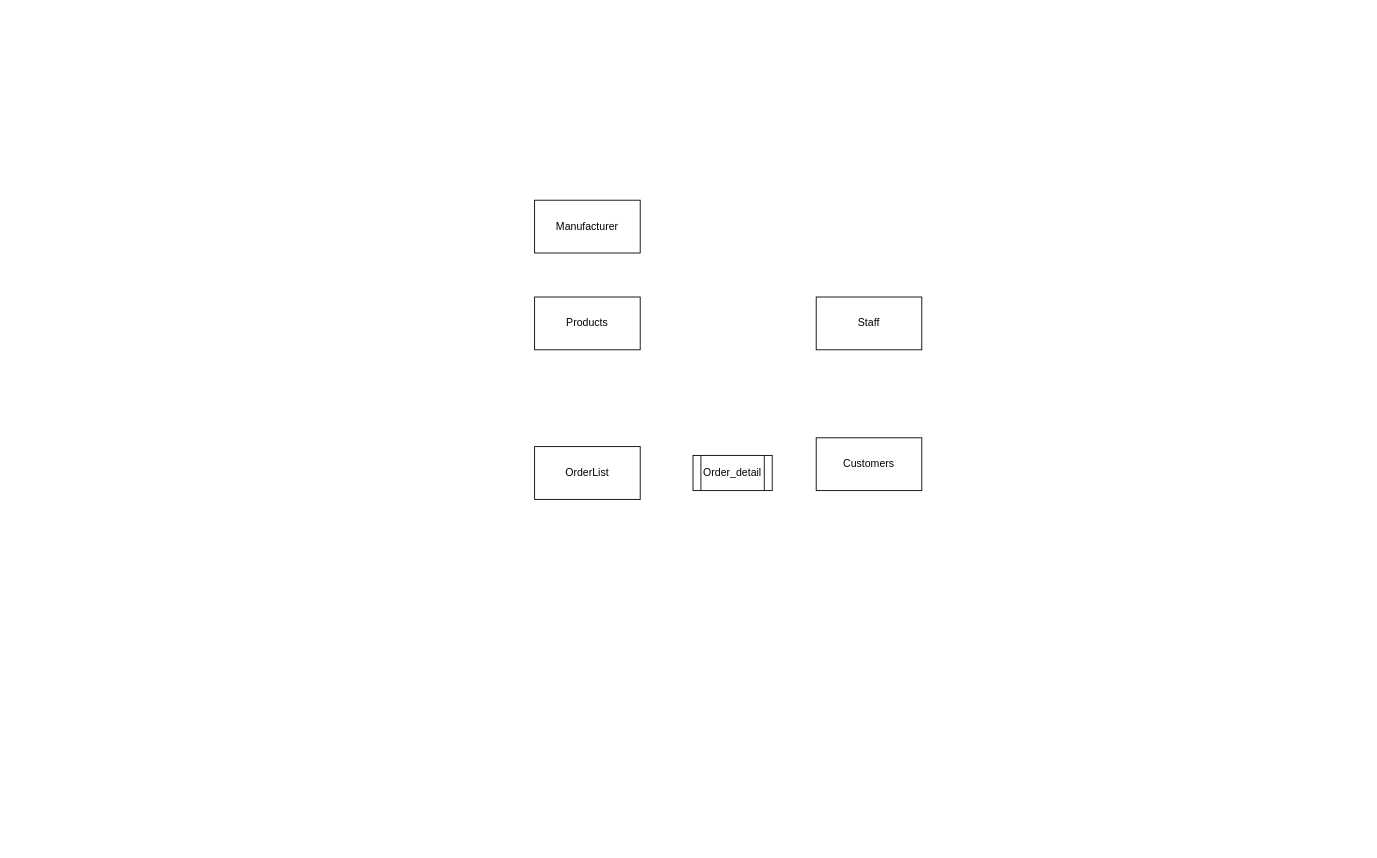
Earlier version of the draw.io diagram ERD Phone.drawio (khanh8603/khanh8603). Source tidied: cells renumbered, new cells numbered last; positions are measured from the earlier drawing's top-left corner, leaving out a move shared by most shapes. Both pictures are drawn from the tidied source at 88%, with x=0, y=0 at pixel (534, 200).
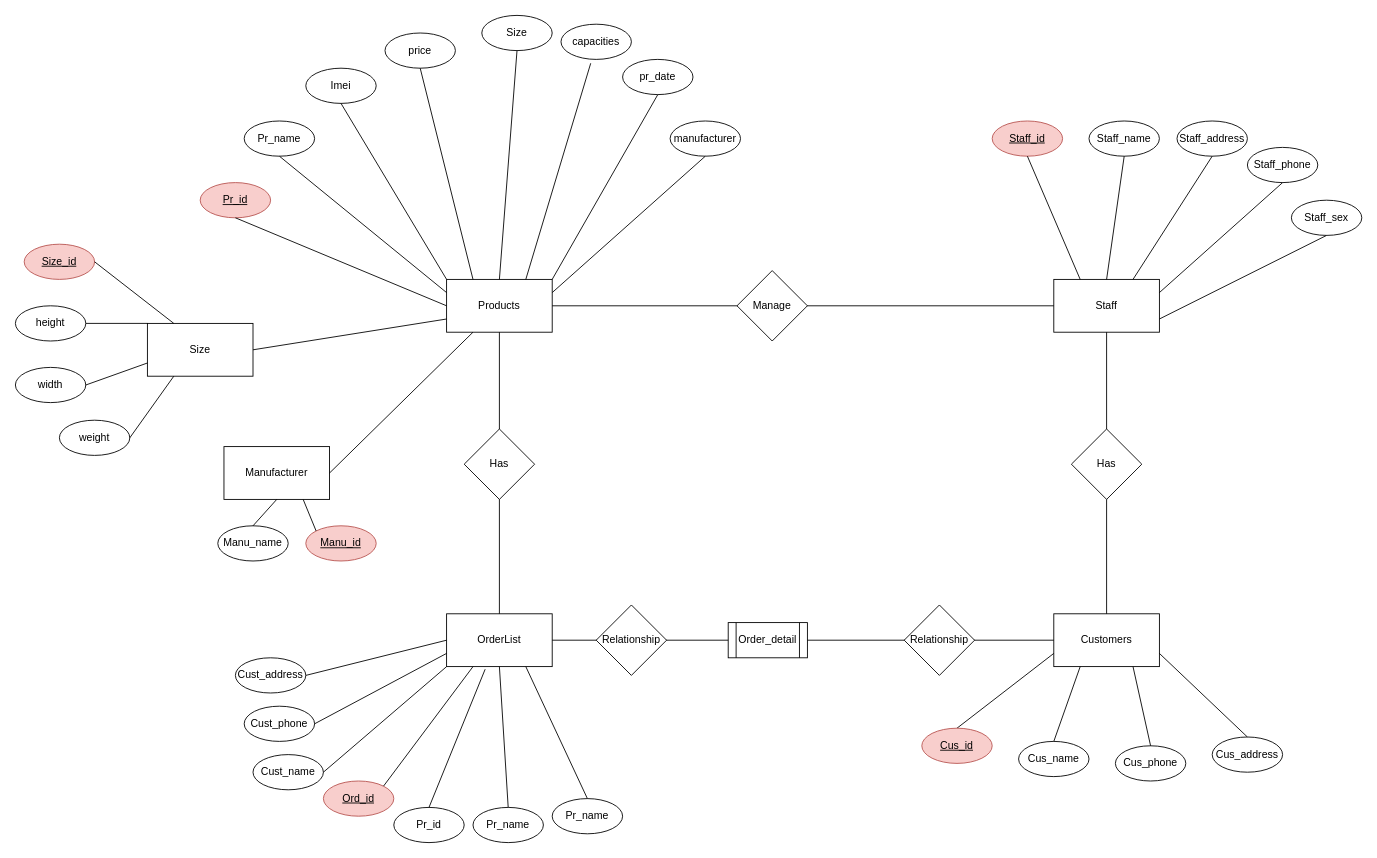
The same page after the edit.

Commit message:
Cập nhật ERD Phone.drawio

Change to the diagram source:
```diff
@@
     <mxCell id="2" value="Products" style="rounded=0;whiteSpace=wrap;html=1;" parent="1" vertex="1">
-      <mxGeometry y="110" width="120" height="60" as="geometry" />
+      <mxGeometry x="-100" y="90" width="120" height="60" as="geometry" />
     </mxCell>
     <mxCell id="3" value="Staff&lt;br&gt;" style="rounded=0;whiteSpace=wrap;html=1;" parent="1" vertex="1">
-      <mxGeometry x="320" y="110" width="120" height="60" as="geometry" />
+      <mxGeometry x="590" y="90" width="120" height="60" as="geometry" />
     </mxCell>
     <mxCell id="4" value="OrderList" style="rounded=0;whiteSpace=wrap;html=1;" parent="1" vertex="1">
-      <mxGeometry y="280" width="120" height="60" as="geometry" />
+      <mxGeometry x="-100" y="470" width="120" height="60" as="geometry" />
     </mxCell>
     <mxCell id="5" value="Manufacturer" style="rounded=0;whiteSpace=wrap;html=1;" parent="1" vertex="1">
-      <mxGeometry width="120" height="60" as="geometry" />
+      <mxGeometry x="-353" y="280" width="120" height="60" as="geometry" />
     </mxCell>
     <mxCell id="6" value="Customers" style="rounded=0;whiteSpace=wrap;html=1;" parent="1" vertex="1">
-      <mxGeometry x="320" y="270" width="120" height="60" as="geometry" />
+      <mxGeometry x="590" y="470" width="120" height="60" as="geometry" />
     </mxCell>
     <mxCell id="7" value="Order_detail" style="shape=process;whiteSpace=wrap;html=1;backgroundOutline=1;" parent="1" vertex="1">
-      <mxGeometry x="180" y="290" width="90" height="40" as="geometry" />
+      <mxGeometry x="220" y="480" width="90" height="40" as="geometry" />
     </mxCell>
+    <mxCell id="8" value="&lt;u&gt;Ord_id&lt;/u&gt;" style="ellipse;whiteSpace=wrap;html=1;fillColor=#f8cecc;strokeColor=#b85450;strokeWidth=1;" parent="1" vertex="1">
+      <mxGeometry x="-240" y="660" width="80" height="40" as="geometry" />
+    </mxCell>
+    <mxCell id="9" style="endArrow=none;html=1;rounded=0;entryX=0.25;entryY=1;entryDx=0;entryDy=0;exitX=1;exitY=0;exitDx=0;exitDy=0;" parent="1" edge="1" source="8" target="4">
+      <mxGeometry relative="1" as="geometry" />
+    </mxCell>
+    <mxCell id="10" value="Pr_id" style="ellipse;whiteSpace=wrap;html=1;" parent="1" vertex="1">
+      <mxGeometry x="-160" y="690" width="80" height="40" as="geometry" />
+    </mxCell>
+    <mxCell id="11" style="endArrow=none;html=1;rounded=0;entryX=0.365;entryY=1.05;entryDx=0;entryDy=0;exitX=0.5;exitY=0;exitDx=0;exitDy=0;entryPerimeter=0;" parent="1" edge="1" source="10" target="4">
+      <mxGeometry relative="1" as="geometry" />
+    </mxCell>
+    <mxCell id="12" style="endArrow=none;html=1;rounded=0;exitX=1;exitY=0.5;exitDx=0;exitDy=0;entryX=0;entryY=0.5;entryDx=0;entryDy=0;" parent="1" edge="1" source="4" target="7">
+      <mxGeometry relative="1" as="geometry" />
+    </mxCell>
+    <mxCell id="13" style="endArrow=none;html=1;rounded=0;entryX=0;entryY=0.5;entryDx=0;entryDy=0;exitX=1;exitY=0.5;exitDx=0;exitDy=0;" parent="1" edge="1" source="7" target="6">
+      <mxGeometry relative="1" as="geometry" />
+    </mxCell>
+    <mxCell id="14" style="endArrow=none;html=1;rounded=0;exitX=0.5;exitY=0;exitDx=0;exitDy=0;entryX=0.5;entryY=1;entryDx=0;entryDy=0;" parent="1" edge="1" source="6" target="3">
+      <mxGeometry relative="1" as="geometry" />
+    </mxCell>
+    <mxCell id="15" style="endArrow=none;html=1;rounded=0;exitX=0;exitY=0.5;exitDx=0;exitDy=0;entryX=1;entryY=0.5;entryDx=0;entryDy=0;" parent="1" edge="1" source="3" target="2">
+      <mxGeometry relative="1" as="geometry" />
+    </mxCell>
+    <mxCell id="16" style="endArrow=none;html=1;rounded=0;exitX=0.25;exitY=1;exitDx=0;exitDy=0;entryX=1;entryY=0.5;entryDx=0;entryDy=0;" parent="1" edge="1" source="2" target="5">
+      <mxGeometry relative="1" as="geometry" />
+    </mxCell>
+    <mxCell id="17" value="Manage" style="rhombus;whiteSpace=wrap;html=1;" parent="1" vertex="1">
+      <mxGeometry x="230" y="80" width="80" height="80" as="geometry" />
+    </mxCell>
+    <mxCell id="18" style="endArrow=none;html=1;rounded=0;entryX=0.5;entryY=1;entryDx=0;entryDy=0;exitX=0.5;exitY=0;exitDx=0;exitDy=0;" parent="1" edge="1" source="4" target="2">
+      <mxGeometry relative="1" as="geometry" />
+    </mxCell>
+    <mxCell id="19" value="Has" style="rhombus;whiteSpace=wrap;html=1;" parent="1" vertex="1">
+      <mxGeometry x="-80" y="260" width="80" height="80" as="geometry" />
+    </mxCell>
+    <mxCell id="20" value="Has" style="rhombus;whiteSpace=wrap;html=1;" parent="1" vertex="1">
+      <mxGeometry x="610" y="260" width="80" height="80" as="geometry" />
+    </mxCell>
+    <mxCell id="21" value="Relationship" style="rhombus;whiteSpace=wrap;html=1;" parent="1" vertex="1">
+      <mxGeometry x="70" y="460" width="80" height="80" as="geometry" />
+    </mxCell>
+    <mxCell id="22" value="Relationship" style="rhombus;whiteSpace=wrap;html=1;" parent="1" vertex="1">
+      <mxGeometry x="420" y="460" width="80" height="80" as="geometry" />
+    </mxCell>
+    <mxCell id="23" value="&lt;u&gt;Manu_id&lt;/u&gt;" style="ellipse;whiteSpace=wrap;html=1;fillColor=#f8cecc;strokeColor=#b85450;" parent="1" vertex="1">
+      <mxGeometry x="-260" y="370" width="80" height="40" as="geometry" />
+    </mxCell>
+    <mxCell id="24" value="Manu_name" style="ellipse;whiteSpace=wrap;html=1;" parent="1" vertex="1">
+      <mxGeometry x="-360" y="370" width="80" height="40" as="geometry" />
+    </mxCell>
+    <mxCell id="25" style="endArrow=none;html=1;rounded=0;entryX=0.75;entryY=1;entryDx=0;entryDy=0;exitX=0;exitY=0;exitDx=0;exitDy=0;" parent="1" edge="1" source="23" target="5">
+      <mxGeometry relative="1" as="geometry" />
+    </mxCell>
+    <mxCell id="26" style="endArrow=none;html=1;rounded=0;entryX=0.5;entryY=1;entryDx=0;entryDy=0;exitX=0.5;exitY=0;exitDx=0;exitDy=0;" parent="1" edge="1" source="24" target="5">
+      <mxGeometry relative="1" as="geometry" />
+    </mxCell>
+    <mxCell id="27" value="Pr_name" style="ellipse;whiteSpace=wrap;html=1;" parent="1" vertex="1">
+      <mxGeometry x="-70" y="690" width="80" height="40" as="geometry" />
+    </mxCell>
+    <mxCell id="28" style="endArrow=none;html=1;rounded=0;entryX=0.5;entryY=1;entryDx=0;entryDy=0;exitX=0.5;exitY=0;exitDx=0;exitDy=0;" parent="1" edge="1" source="27" target="4">
+      <mxGeometry relative="1" as="geometry" />
+    </mxCell>
+    <mxCell id="29" value="Cust_name" style="ellipse;whiteSpace=wrap;html=1;" parent="1" vertex="1">
+      <mxGeometry x="-320" y="630" width="80" height="40" as="geometry" />
+    </mxCell>
+    <mxCell id="30" value="Cust_phone" style="ellipse;whiteSpace=wrap;html=1;" parent="1" vertex="1">
+      <mxGeometry x="-330" y="575" width="80" height="40" as="geometry" />
+    </mxCell>
+    <mxCell id="31" value="Cust_address" style="ellipse;whiteSpace=wrap;html=1;" parent="1" vertex="1">
+      <mxGeometry x="-340" y="520" width="80" height="40" as="geometry" />
+    </mxCell>
+    <mxCell id="32" value="Pr_name" style="ellipse;whiteSpace=wrap;html=1;" parent="1" vertex="1">
+      <mxGeometry x="20" y="680" width="80" height="40" as="geometry" />
+    </mxCell>
+    <mxCell id="33" style="endArrow=none;html=1;rounded=0;entryX=0;entryY=1;entryDx=0;entryDy=0;exitX=1;exitY=0.5;exitDx=0;exitDy=0;" parent="1" edge="1" source="29" target="4">
+      <mxGeometry relative="1" as="geometry" />
+    </mxCell>
+    <mxCell id="34" style="endArrow=none;html=1;rounded=0;entryX=0;entryY=0.75;entryDx=0;entryDy=0;exitX=1;exitY=0.5;exitDx=0;exitDy=0;" parent="1" edge="1" source="30" target="4">
+      <mxGeometry relative="1" as="geometry" />
+    </mxCell>
+    <mxCell id="35" style="endArrow=none;html=1;rounded=0;entryX=0;entryY=0.5;entryDx=0;entryDy=0;exitX=1;exitY=0.5;exitDx=0;exitDy=0;" parent="1" edge="1" source="31" target="4">
+      <mxGeometry relative="1" as="geometry" />
+    </mxCell>
+    <mxCell id="36" style="endArrow=none;html=1;rounded=0;entryX=0.75;entryY=1;entryDx=0;entryDy=0;exitX=0.5;exitY=0;exitDx=0;exitDy=0;" parent="1" edge="1" source="32" target="4">
+      <mxGeometry relative="1" as="geometry" />
+    </mxCell>
+    <mxCell id="37" style="endArrow=none;html=1;rounded=0;entryX=0;entryY=0.75;entryDx=0;entryDy=0;exitX=0.5;exitY=0;exitDx=0;exitDy=0;" parent="1" edge="1" source="38" target="6">
+      <mxGeometry relative="1" as="geometry" />
+    </mxCell>
+    <mxCell id="38" value="&lt;u&gt;Cus_id&lt;/u&gt;" style="ellipse;whiteSpace=wrap;html=1;fillColor=#f8cecc;strokeColor=#b85450;" parent="1" vertex="1">
+      <mxGeometry x="440" y="600" width="80" height="40" as="geometry" />
+    </mxCell>
+    <mxCell id="39" value="Cus_name" style="ellipse;whiteSpace=wrap;html=1;" parent="1" vertex="1">
+      <mxGeometry x="550" y="615" width="80" height="40" as="geometry" />
+    </mxCell>
+    <mxCell id="40" value="Cus_phone" style="ellipse;whiteSpace=wrap;html=1;" parent="1" vertex="1">
+      <mxGeometry x="660" y="620" width="80" height="40" as="geometry" />
+    </mxCell>
+    <mxCell id="41" value="Cus_address" style="ellipse;whiteSpace=wrap;html=1;" parent="1" vertex="1">
+      <mxGeometry x="770" y="610" width="80" height="40" as="geometry" />
+    </mxCell>
+    <mxCell id="42" style="endArrow=none;html=1;rounded=0;entryX=0.25;entryY=1;entryDx=0;entryDy=0;exitX=0.5;exitY=0;exitDx=0;exitDy=0;" parent="1" edge="1" source="39" target="6">
+      <mxGeometry relative="1" as="geometry" />
+    </mxCell>
+    <mxCell id="43" style="endArrow=none;html=1;rounded=0;entryX=0.75;entryY=1;entryDx=0;entryDy=0;exitX=0.5;exitY=0;exitDx=0;exitDy=0;" parent="1" edge="1" source="40" target="6">
+      <mxGeometry relative="1" as="geometry" />
+    </mxCell>
+    <mxCell id="44" style="endArrow=none;html=1;rounded=0;entryX=1;entryY=0.75;entryDx=0;entryDy=0;exitX=0.5;exitY=0;exitDx=0;exitDy=0;" parent="1" edge="1" source="41" target="6">
+      <mxGeometry relative="1" as="geometry" />
+    </mxCell>
+    <mxCell id="45" value="&lt;u&gt;Staff_id&lt;/u&gt;" style="ellipse;whiteSpace=wrap;html=1;fillColor=#f8cecc;strokeColor=#b85450;" parent="1" vertex="1">
+      <mxGeometry x="520" y="-90" width="80" height="40" as="geometry" />
+    </mxCell>
+    <mxCell id="46" value="Staff_name" style="ellipse;whiteSpace=wrap;html=1;" parent="1" vertex="1">
+      <mxGeometry x="630" y="-90" width="80" height="40" as="geometry" />
+    </mxCell>
+    <mxCell id="47" value="Staff_address" style="ellipse;whiteSpace=wrap;html=1;" parent="1" vertex="1">
+      <mxGeometry x="730" y="-90" width="80" height="40" as="geometry" />
+    </mxCell>
+    <mxCell id="48" value="Staff_phone" style="ellipse;whiteSpace=wrap;html=1;" parent="1" vertex="1">
+      <mxGeometry x="810" y="-60" width="80" height="40" as="geometry" />
+    </mxCell>
+    <mxCell id="49" value="Staff_sex" style="ellipse;whiteSpace=wrap;html=1;" parent="1" vertex="1">
+      <mxGeometry x="860" width="80" height="40" as="geometry" />
+    </mxCell>
+    <mxCell id="50" style="endArrow=none;html=1;rounded=0;entryX=0.25;entryY=0;entryDx=0;entryDy=0;exitX=0.5;exitY=1;exitDx=0;exitDy=0;" parent="1" edge="1" source="45" target="3">
+      <mxGeometry relative="1" as="geometry" />
+    </mxCell>
+    <mxCell id="51" style="endArrow=none;html=1;rounded=0;entryX=0.5;entryY=0;entryDx=0;entryDy=0;exitX=0.5;exitY=1;exitDx=0;exitDy=0;" parent="1" edge="1" source="46" target="3">
+      <mxGeometry relative="1" as="geometry" />
+    </mxCell>
+    <mxCell id="52" style="endArrow=none;html=1;rounded=0;entryX=0.75;entryY=0;entryDx=0;entryDy=0;exitX=0.5;exitY=1;exitDx=0;exitDy=0;" parent="1" edge="1" source="47" target="3">
+      <mxGeometry relative="1" as="geometry" />
+    </mxCell>
+    <mxCell id="53" style="endArrow=none;html=1;rounded=0;entryX=1;entryY=0.25;entryDx=0;entryDy=0;exitX=0.5;exitY=1;exitDx=0;exitDy=0;" parent="1" edge="1" source="48" target="3">
+      <mxGeometry relative="1" as="geometry" />
+    </mxCell>
+    <mxCell id="54" style="endArrow=none;html=1;rounded=0;entryX=1;entryY=0.75;entryDx=0;entryDy=0;exitX=0.5;exitY=1;exitDx=0;exitDy=0;" parent="1" edge="1" source="49" target="3">
+      <mxGeometry relative="1" as="geometry" />
+    </mxCell>
+    <mxCell id="55" value="Pr_name" style="ellipse;whiteSpace=wrap;html=1;" parent="1" vertex="1">
+      <mxGeometry x="-330" y="-90" width="80" height="40" as="geometry" />
+    </mxCell>
+    <mxCell id="56" value="Imei" style="ellipse;whiteSpace=wrap;html=1;" parent="1" vertex="1">
+      <mxGeometry x="-260" y="-150" width="80" height="40" as="geometry" />
+    </mxCell>
+    <mxCell id="57" value="price" style="ellipse;whiteSpace=wrap;html=1;" parent="1" vertex="1">
+      <mxGeometry x="-170" y="-190" width="80" height="40" as="geometry" />
+    </mxCell>
+    <mxCell id="58" value="&lt;u&gt;Pr_id&lt;/u&gt;" style="ellipse;whiteSpace=wrap;html=1;fillColor=#f8cecc;strokeColor=#b85450;" parent="1" vertex="1">
+      <mxGeometry x="-380" y="-20" width="80" height="40" as="geometry" />
+    </mxCell>
+    <mxCell id="59" value="capacities" style="ellipse;whiteSpace=wrap;html=1;" parent="1" vertex="1">
+      <mxGeometry x="30" y="-200" width="80" height="40" as="geometry" />
+    </mxCell>
+    <mxCell id="60" value="pr_date" style="ellipse;whiteSpace=wrap;html=1;" parent="1" vertex="1">
+      <mxGeometry x="100" y="-160" width="80" height="40" as="geometry" />
+    </mxCell>
+    <mxCell id="61" value="manufacturer" style="ellipse;whiteSpace=wrap;html=1;" parent="1" vertex="1">
+      <mxGeometry x="154" y="-90" width="80" height="40" as="geometry" />
+    </mxCell>
+    <mxCell id="62" style="endArrow=none;html=1;rounded=0;exitX=0;exitY=0.5;exitDx=0;exitDy=0;entryX=0.5;entryY=1;entryDx=0;entryDy=0;" parent="1" edge="1" source="2" target="58">
+      <mxGeometry relative="1" as="geometry" />
+    </mxCell>
+    <mxCell id="63" style="endArrow=none;html=1;rounded=0;exitX=0;exitY=0.25;exitDx=0;exitDy=0;entryX=0.5;entryY=1;entryDx=0;entryDy=0;" parent="1" edge="1" source="2" target="55">
+      <mxGeometry relative="1" as="geometry" />
+    </mxCell>
+    <mxCell id="64" style="endArrow=none;html=1;rounded=0;exitX=0;exitY=0;exitDx=0;exitDy=0;entryX=0.5;entryY=1;entryDx=0;entryDy=0;" parent="1" edge="1" source="2" target="56">
+      <mxGeometry relative="1" as="geometry" />
+    </mxCell>
+    <mxCell id="65" style="endArrow=none;html=1;rounded=0;exitX=0.25;exitY=0;exitDx=0;exitDy=0;entryX=0.5;entryY=1;entryDx=0;entryDy=0;" parent="1" edge="1" source="2" target="57">
+      <mxGeometry relative="1" as="geometry" />
+    </mxCell>
+    <mxCell id="66" style="endArrow=none;html=1;rounded=0;exitX=0.75;exitY=0;exitDx=0;exitDy=0;entryX=0.422;entryY=1.11;entryDx=0;entryDy=0;entryPerimeter=0;" parent="1" edge="1" source="2" target="59">
+      <mxGeometry relative="1" as="geometry" />
+    </mxCell>
+    <mxCell id="67" style="endArrow=none;html=1;rounded=0;exitX=1;exitY=0;exitDx=0;exitDy=0;entryX=0.5;entryY=1;entryDx=0;entryDy=0;" parent="1" edge="1" source="2" target="60">
+      <mxGeometry relative="1" as="geometry" />
+    </mxCell>
+    <mxCell id="68" style="endArrow=none;html=1;rounded=0;exitX=1;exitY=0.25;exitDx=0;exitDy=0;entryX=0.5;entryY=1;entryDx=0;entryDy=0;" parent="1" edge="1" source="2" target="61">
+      <mxGeometry relative="1" as="geometry" />
+    </mxCell>
+    <mxCell id="69" value="Size" style="ellipse;whiteSpace=wrap;html=1;strokeWidth=1;" parent="1" vertex="1">
+      <mxGeometry x="-60" y="-210" width="80" height="40" as="geometry" />
+    </mxCell>
+    <mxCell id="70" style="endArrow=none;html=1;rounded=0;entryX=0.5;entryY=1;entryDx=0;entryDy=0;exitX=0.5;exitY=0;exitDx=0;exitDy=0;" parent="1" edge="1" source="2" target="69">
+      <mxGeometry relative="1" as="geometry" />
+    </mxCell>
+    <mxCell id="71" style="edgeStyle=orthogonalEdgeStyle;rounded=0;orthogonalLoop=1;jettySize=auto;html=1;exitX=0.5;exitY=1;exitDx=0;exitDy=0;" parent="1" edge="1" source="58" target="58">
+      <mxGeometry relative="1" as="geometry" />
+    </mxCell>
+    <mxCell id="72" value="Size" style="rounded=0;whiteSpace=wrap;html=1;" parent="1" vertex="1">
+      <mxGeometry x="-440" y="140" width="120" height="60" as="geometry" />
+    </mxCell>
+    <mxCell id="73" value="width" style="ellipse;whiteSpace=wrap;html=1;" parent="1" vertex="1">
+      <mxGeometry x="-590" y="190" width="80" height="40" as="geometry" />
+    </mxCell>
+    <mxCell id="74" value="height" style="ellipse;whiteSpace=wrap;html=1;" parent="1" vertex="1">
+      <mxGeometry x="-590" y="120" width="80" height="40" as="geometry" />
+    </mxCell>
+    <mxCell id="75" style="endArrow=none;html=1;rounded=0;entryX=0;entryY=0.75;entryDx=0;entryDy=0;exitX=1;exitY=0.5;exitDx=0;exitDy=0;" parent="1" edge="1" source="73" target="72">
+      <mxGeometry relative="1" as="geometry" />
+    </mxCell>
+    <mxCell id="76" style="endArrow=none;html=1;rounded=0;entryX=0;entryY=0;entryDx=0;entryDy=0;exitX=1;exitY=0.5;exitDx=0;exitDy=0;" parent="1" edge="1" source="74" target="72">
+      <mxGeometry relative="1" as="geometry" />
+    </mxCell>
+    <mxCell id="77" style="endArrow=none;html=1;rounded=0;entryX=0;entryY=0.75;entryDx=0;entryDy=0;exitX=1;exitY=0.5;exitDx=0;exitDy=0;" parent="1" edge="1" source="72" target="2">
+      <mxGeometry relative="1" as="geometry" />
+    </mxCell>
+    <mxCell id="78" value="weight" style="ellipse;whiteSpace=wrap;html=1;" parent="1" vertex="1">
+      <mxGeometry x="-540" y="250" width="80" height="40" as="geometry" />
+    </mxCell>
+    <mxCell id="79" style="endArrow=none;html=1;rounded=0;entryX=0.25;entryY=1;entryDx=0;entryDy=0;exitX=1;exitY=0.5;exitDx=0;exitDy=0;" parent="1" edge="1" source="78" target="72">
+      <mxGeometry relative="1" as="geometry" />
+    </mxCell>
+    <mxCell id="80" value="&lt;u&gt;Size_id&lt;/u&gt;" style="ellipse;whiteSpace=wrap;html=1;fillColor=#f8cecc;strokeColor=#b85450;" parent="1" vertex="1">
+      <mxGeometry x="-580" y="50" width="80" height="40" as="geometry" />
+    </mxCell>
+    <mxCell id="81" style="endArrow=none;html=1;rounded=0;entryX=0.25;entryY=0;entryDx=0;entryDy=0;exitX=1;exitY=0.5;exitDx=0;exitDy=0;" parent="1" edge="1" source="80" target="72">
+      <mxGeometry relative="1" as="geometry" />
+    </mxCell>
```
